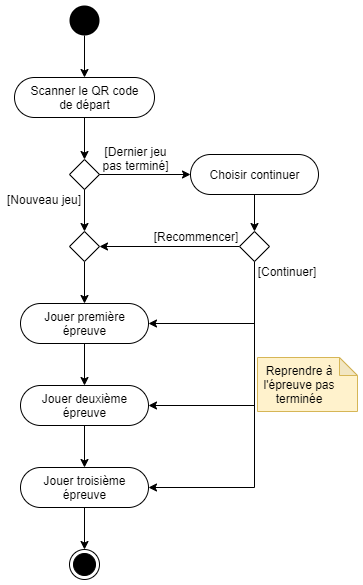
This is docs/assets/images/diagrams/Activity-full-game.png from Bollemii/MASI-mobile-escape-game, a draw.io export, as it was before one commit. Source tidied: cells renumbered, new cells last; positions are measured from the earlier drawing's top-left corner, leaving out a move shared by most shapes.
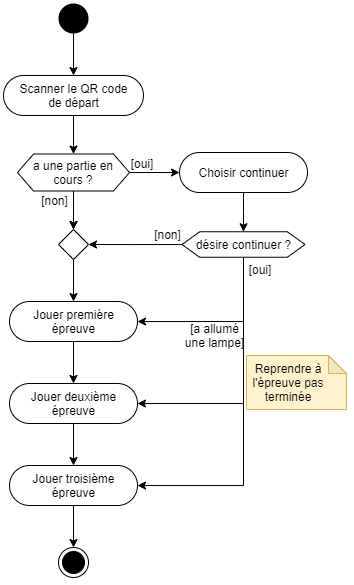
After the commit.

Commit message:
add alternative questions in activity diagrams

Change to the diagram source:
```diff
@@ -2,7 +2,7 @@
   <root>
     <mxCell id="0" />
     <mxCell id="1" parent="0" />
-    <mxCell id="2" style="edgeStyle=orthogonalEdgeStyle;rounded=0;jettySize=auto;html=1;" parent="1" edge="1" source="3" target="7">
+    <mxCell id="2" style="edgeStyle=orthogonalEdgeStyle;rounded=0;jettySize=auto;html=1;" parent="1" edge="1" source="3" target="34">
       <mxGeometry relative="1" as="geometry" />
     </mxCell>
     <mxCell id="3" value="Scanner le QR code&lt;br&gt;de départ" style="html=1;align=center;verticalAlign=middle;rounded=1;absoluteArcSize=1;arcSize=65;dashed=0;" parent="1" vertex="1">
@@ -17,62 +17,60 @@
     <mxCell id="6" style="edgeStyle=orthogonalEdgeStyle;rounded=0;jettySize=auto;html=1;" parent="1" edge="1" source="17" target="23">
       <mxGeometry relative="1" as="geometry" />
     </mxCell>
-    <mxCell id="7" style="rhombus;" parent="1" vertex="1">
-      <mxGeometry x="64" y="154" width="30" height="30" as="geometry" />
-    </mxCell>
-    <mxCell id="8" value="[Dernier jeu pas terminé]" style="text;html=1;strokeColor=none;fillColor=none;align=center;verticalAlign=middle;whiteSpace=wrap;rounded=0;" parent="1" vertex="1">
-      <mxGeometry x="94" y="136" width="73" height="33" as="geometry" />
+    <mxCell id="8" value="[oui]" style="text;html=1;strokeColor=none;fillColor=none;align=center;verticalAlign=middle;whiteSpace=wrap;rounded=0;" parent="1" vertex="1">
+      <mxGeometry x="129" y="150" width="38" height="19" as="geometry" />
     </mxCell>
-    <mxCell id="9" style="edgeStyle=orthogonalEdgeStyle;rounded=0;jettySize=auto;html=1;" parent="1" edge="1" source="10" target="16">
+    <mxCell id="9" style="edgeStyle=orthogonalEdgeStyle;rounded=0;jettySize=auto;html=1;" parent="1" edge="1" source="10" target="35">
       <mxGeometry relative="1" as="geometry" />
     </mxCell>
     <mxCell id="10" value="Choisir continuer" style="html=1;align=center;verticalAlign=middle;rounded=1;absoluteArcSize=1;arcSize=91;dashed=0;" parent="1" vertex="1">
       <mxGeometry x="185" y="149" width="128" height="40" as="geometry" />
     </mxCell>
-    <mxCell id="11" style="edgeStyle=orthogonalEdgeStyle;rounded=0;jettySize=auto;html=1;" parent="1" edge="1" source="7" target="10">
+    <mxCell id="11" style="edgeStyle=orthogonalEdgeStyle;rounded=0;jettySize=auto;html=1;" parent="1" edge="1" source="34" target="10">
       <mxGeometry relative="1" as="geometry" />
     </mxCell>
-    <mxCell id="12" style="edgeStyle=orthogonalEdgeStyle;rounded=0;jettySize=auto;html=1;" parent="1" edge="1" source="16" target="17">
+    <mxCell id="12" style="edgeStyle=orthogonalEdgeStyle;rounded=0;jettySize=auto;html=1;" parent="1" edge="1" source="35" target="17">
       <mxGeometry relative="1" as="geometry" />
     </mxCell>
-    <mxCell id="13" style="edgeStyle=orthogonalEdgeStyle;rounded=0;jettySize=auto;html=1;" parent="1" edge="1" source="16" target="23">
+    <mxCell id="13" style="edgeStyle=orthogonalEdgeStyle;rounded=0;jettySize=auto;html=1;" parent="1" edge="1" target="23">
       <mxGeometry relative="1" as="geometry">
+        <mxPoint x="249" y="256" as="sourcePoint" />
         <Array as="points">
           <mxPoint x="249" y="318" />
         </Array>
       </mxGeometry>
     </mxCell>
-    <mxCell id="14" style="edgeStyle=orthogonalEdgeStyle;rounded=0;jettySize=auto;html=1;" parent="1" edge="1" source="16" target="25">
+    <mxCell id="14" style="edgeStyle=orthogonalEdgeStyle;rounded=0;jettySize=auto;html=1;" parent="1" edge="1" target="25">
       <mxGeometry relative="1" as="geometry">
+        <mxPoint x="249" y="256" as="sourcePoint" />
         <Array as="points">
           <mxPoint x="249" y="400" />
         </Array>
       </mxGeometry>
     </mxCell>
-    <mxCell id="15" style="edgeStyle=orthogonalEdgeStyle;rounded=0;jettySize=auto;html=1;" parent="1" edge="1" source="16" target="27">
+    <mxCell id="15" style="edgeStyle=orthogonalEdgeStyle;rounded=0;jettySize=auto;html=1;" parent="1" edge="1" source="35" target="27">
       <mxGeometry relative="1" as="geometry">
         <Array as="points">
           <mxPoint x="249" y="482" />
         </Array>
       </mxGeometry>
     </mxCell>
-    <mxCell id="16" style="rhombus;align=center;" parent="1" vertex="1">
-      <mxGeometry x="234" y="226" width="30" height="30" as="geometry" />
-    </mxCell>
     <mxCell id="17" style="rhombus;align=center;" parent="1" vertex="1">
       <mxGeometry x="64" y="226" width="30" height="30" as="geometry" />
     </mxCell>
-    <mxCell id="18" style="edgeStyle=orthogonalEdgeStyle;rounded=0;jettySize=auto;html=1;" parent="1" edge="1" source="7" target="17">
-      <mxGeometry relative="1" as="geometry" />
+    <mxCell id="18" style="edgeStyle=orthogonalEdgeStyle;rounded=0;jettySize=auto;html=1;" parent="1" edge="1" target="17">
+      <mxGeometry relative="1" as="geometry">
+        <mxPoint x="79" y="184" as="sourcePoint" />
+      </mxGeometry>
     </mxCell>
-    <mxCell id="19" value="[Nouveau jeu]" style="text;html=1;strokeColor=none;fillColor=none;align=center;verticalAlign=middle;whiteSpace=wrap;rounded=0;" parent="1" vertex="1">
-      <mxGeometry y="184" width="78" height="19" as="geometry" />
+    <mxCell id="19" value="[non]" style="text;html=1;strokeColor=none;fillColor=none;align=center;verticalAlign=middle;whiteSpace=wrap;rounded=0;" parent="1" vertex="1">
+      <mxGeometry x="43" y="187.5" width="35" height="19" as="geometry" />
     </mxCell>
-    <mxCell id="20" value="[Recommencer]" style="text;html=1;strokeColor=none;fillColor=none;align=center;verticalAlign=middle;whiteSpace=wrap;rounded=0;" parent="1" vertex="1">
-      <mxGeometry x="148" y="221" width="86" height="20" as="geometry" />
+    <mxCell id="20" value="[non]" style="text;html=1;strokeColor=none;fillColor=none;align=center;verticalAlign=middle;whiteSpace=wrap;rounded=0;" parent="1" vertex="1">
+      <mxGeometry x="148" y="221" width="51" height="20" as="geometry" />
     </mxCell>
-    <mxCell id="21" value="[Continuer]" style="text;html=1;strokeColor=none;fillColor=none;align=center;verticalAlign=middle;whiteSpace=wrap;rounded=0;" parent="1" vertex="1">
-      <mxGeometry x="252" y="256" width="60" height="20" as="geometry" />
+    <mxCell id="21" value="[oui]" style="text;html=1;strokeColor=none;fillColor=none;align=center;verticalAlign=middle;whiteSpace=wrap;rounded=0;" parent="1" vertex="1">
+      <mxGeometry x="252" y="256" width="28" height="20" as="geometry" />
     </mxCell>
     <mxCell id="22" style="edgeStyle=orthogonalEdgeStyle;rounded=0;jettySize=auto;html=1;" parent="1" edge="1" source="23" target="25">
       <mxGeometry relative="1" as="geometry" />
@@ -104,5 +102,17 @@
     <mxCell id="31" value="Reprendre à l'épreuve pas terminée" style="text;html=1;strokeColor=none;fillColor=none;align=center;verticalAlign=middle;whiteSpace=wrap;rounded=0;" parent="29" vertex="1">
       <mxGeometry y="5.5" width="84" height="43" as="geometry" />
     </mxCell>
+    <mxCell id="32" value="[a allumé&lt;br&gt;une lampe]" style="text;html=1;strokeColor=none;fillColor=none;align=center;verticalAlign=middle;whiteSpace=wrap;rounded=0;" parent="1" vertex="1">
+      <mxGeometry x="178" y="322" width="85" height="20" as="geometry" />
+    </mxCell>
+    <mxCell id="33" style="edgeStyle=orthogonalEdgeStyle;rounded=0;jettySize=auto;html=1;" parent="1" edge="1" source="34" target="17">
+      <mxGeometry relative="1" as="geometry" />
+    </mxCell>
+    <mxCell id="34" value="a une partie en cours ?" style="shape=hexagon;html=1;whiteSpace=wrap;perimeter=hexagonPerimeter;rounded=0;size=0.14342103924667637;" parent="1" vertex="1">
+      <mxGeometry x="23" y="150.5" width="112" height="37" as="geometry" />
+    </mxCell>
+    <mxCell id="35" value="désire continuer ?" style="shape=hexagon;html=1;whiteSpace=wrap;perimeter=hexagonPerimeter;rounded=0;size=0.14342103924667637;" parent="1" vertex="1">
+      <mxGeometry x="187.5" y="228.2" width="123" height="25.5" as="geometry" />
+    </mxCell>
   </root>
 </mxGraphModel>
```
